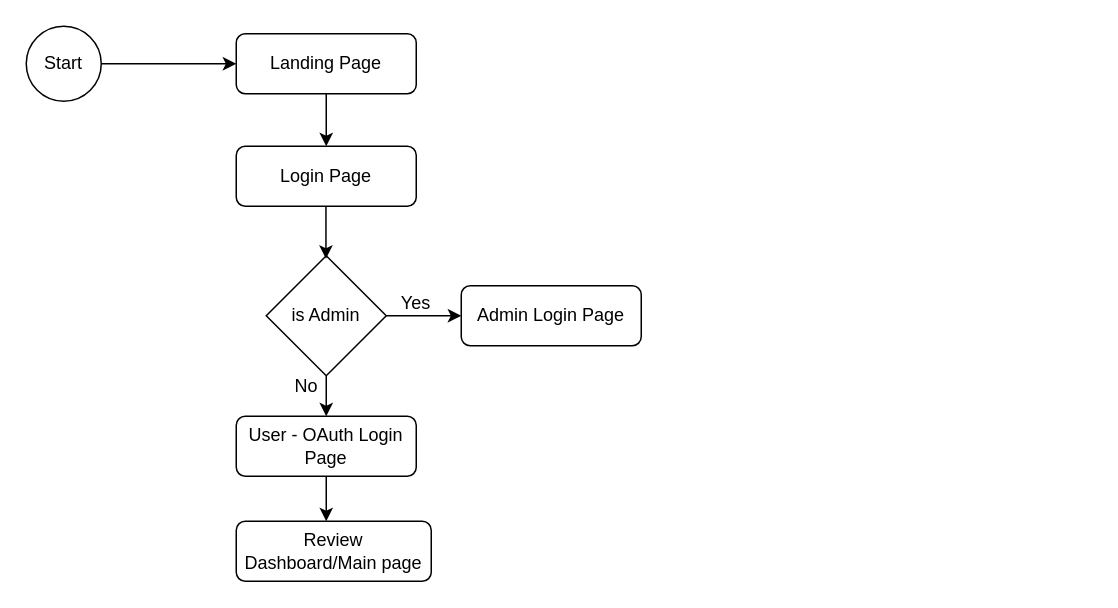
The draw.io diagram reeview-Process-modeling.drawio in aashu-kattel/Sys.-Analysis-Design, before the edit. Source tidied: cells renumbered, new cells numbered last; positions are measured from the earlier drawing's top-left corner, leaving out a move shared by most shapes. Both pictures are drawn from the tidied source at 150%, with x=0, y=0 at pixel (26, 26).
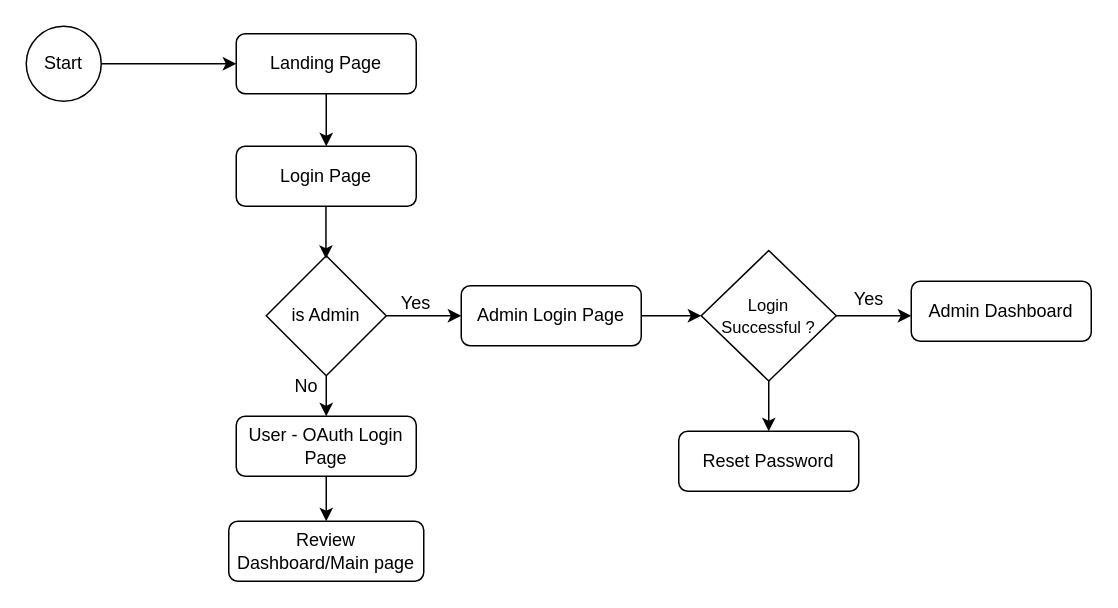
Above is the later version.

Unchanged cells that the change refers to:
```xml
<mxCell id="11" value="Admin Login Page" style="rounded=1;whiteSpace=wrap;html=1;fillColor=none;" parent="1" vertex="1">
  <mxGeometry x="290" y="173" width="120" height="40" as="geometry" />
</mxCell>
```

Diff of the diagram source:
```diff
@@
+    <mxCell id="17" style="edgeStyle=orthogonalEdgeStyle;rounded=0;jettySize=auto;html=1;" parent="1" edge="1" source="11">
+      <mxGeometry relative="1" as="geometry">
+        <mxPoint x="450" y="193" as="targetPoint" />
+      </mxGeometry>
+    </mxCell>
@@
     <mxCell id="15" value="Review Dashboard/Main page" style="rounded=1;whiteSpace=wrap;html=1;fillColor=none;" parent="1" vertex="1">
-      <mxGeometry x="140" y="330" width="130" height="40" as="geometry" />
+      <mxGeometry x="135" y="330" width="130" height="40" as="geometry" />
     </mxCell>
@@
+    <mxCell id="18" value="Admin Dashboard" style="rounded=1;whiteSpace=wrap;html=1;fillColor=none;" parent="1" vertex="1">
+      <mxGeometry x="590" y="170" width="120" height="40" as="geometry" />
+    </mxCell>
+    <mxCell id="19" style="edgeStyle=orthogonalEdgeStyle;rounded=0;jettySize=auto;html=1;" parent="1" edge="1" source="21">
+      <mxGeometry relative="1" as="geometry">
+        <mxPoint x="590" y="193" as="targetPoint" />
+      </mxGeometry>
+    </mxCell>
+    <mxCell id="20" style="edgeStyle=orthogonalEdgeStyle;rounded=0;jettySize=auto;html=1;" parent="1" edge="1" source="21">
+      <mxGeometry relative="1" as="geometry">
+        <mxPoint x="495" y="270" as="targetPoint" />
+      </mxGeometry>
+    </mxCell>
+    <mxCell id="21" value="&lt;font style=&quot;font-size: 11px;&quot;&gt;Login &lt;br&gt;Successful ?&lt;/font&gt;" style="rhombus;whiteSpace=wrap;html=1;fillColor=none;" parent="1" vertex="1">
+      <mxGeometry x="450" y="149.5" width="90" height="87" as="geometry" />
+    </mxCell>
+    <mxCell id="22" value="Yes" style="text;html=1;align=center;verticalAlign=middle;whiteSpace=wrap;rounded=0;" parent="1" vertex="1">
+      <mxGeometry x="532" y="167" width="60" height="30" as="geometry" />
+    </mxCell>
+    <mxCell id="23" value="Reset Password" style="rounded=1;whiteSpace=wrap;html=1;fillColor=none;" parent="1" vertex="1">
+      <mxGeometry x="435" y="270" width="120" height="40" as="geometry" />
+    </mxCell>
```
